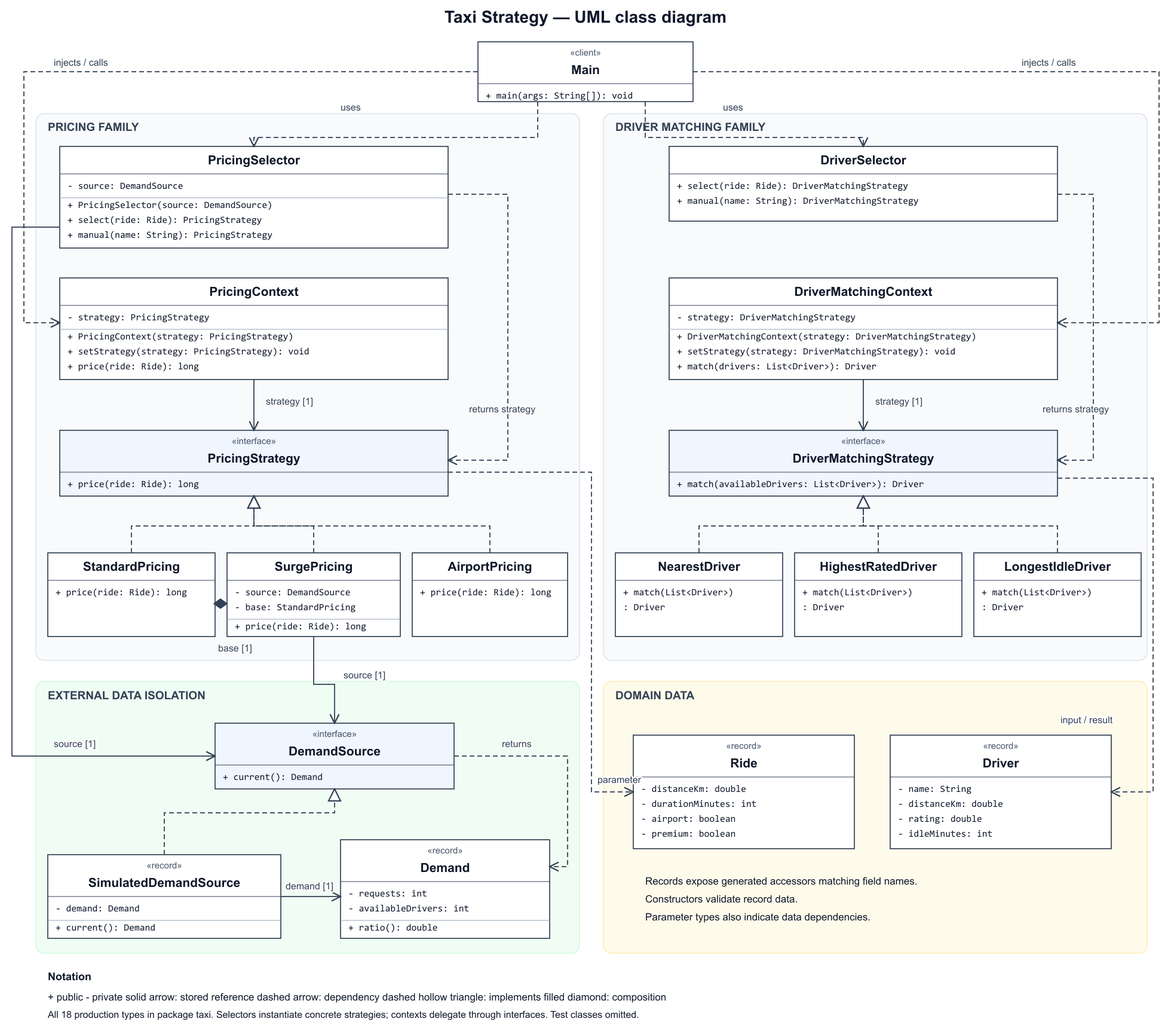
Before: docs/class-diagram.png, a diagram exported from PlantUML (Anuarrich0/Strategy_pattern). Its source is kept beside it as docs/class-diagram.puml.
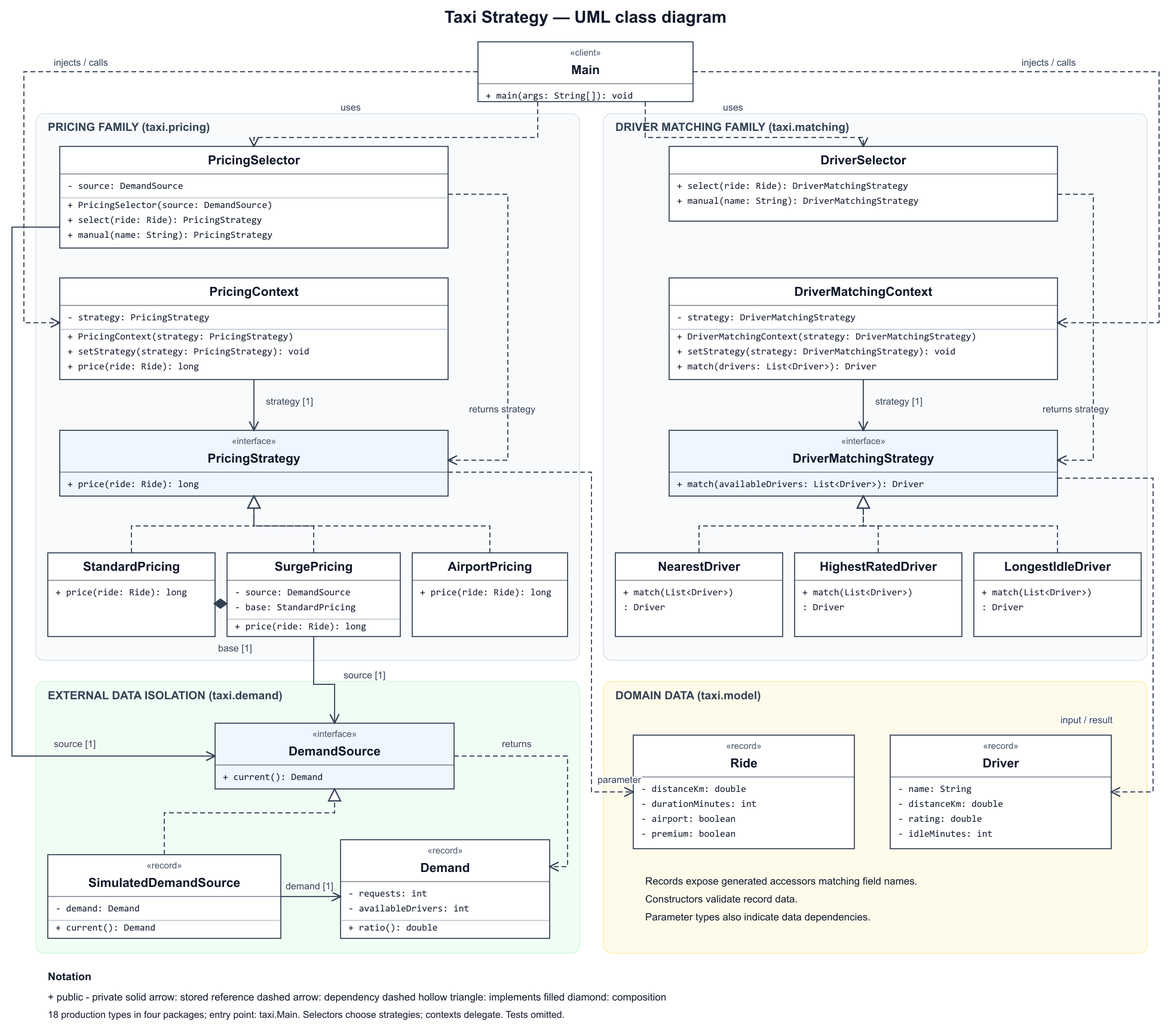
Above is the later version.

What changed in the source:
```diff
@@ -9,7 +9,7 @@
   + {static} main(args: String[]): void
 }
 
-package "Pricing family" {
+package "taxi.pricing" {
   class PricingSelector {
     - source: DemandSource
     + PricingSelector(source: DemandSource)
@@ -39,7 +39,7 @@
   }
 }
 
-package "Driver matching family" {
+package "taxi.matching" {
   class DriverSelector {
     + select(ride: Ride): DriverMatchingStrategy
     + manual(name: String): DriverMatchingStrategy
@@ -64,7 +64,7 @@
   }
 }
 
-package "External data isolation" {
+package "taxi.demand" {
   interface DemandSource {
     + current(): Demand
   }
@@ -79,7 +79,7 @@
   }
 }
 
-package "Domain data" {
+package "taxi.model" {
   class Ride <<record>> {
     - distanceKm: double
     - durationMinutes: int
@@ -121,7 +121,7 @@
 DriverMatchingStrategy ..> Driver : input / result
 
 legend bottom
-  All 18 production types in package taxi; test classes omitted.
+  18 production types in taxi.pricing, taxi.matching, taxi.demand, taxi.model; Main is taxi.Main. Test classes omitted.
   + public; - private; record accessors and implicit constructors omitted.
   Selectors create concrete strategies; contexts delegate via interfaces.
 endlegend
```
